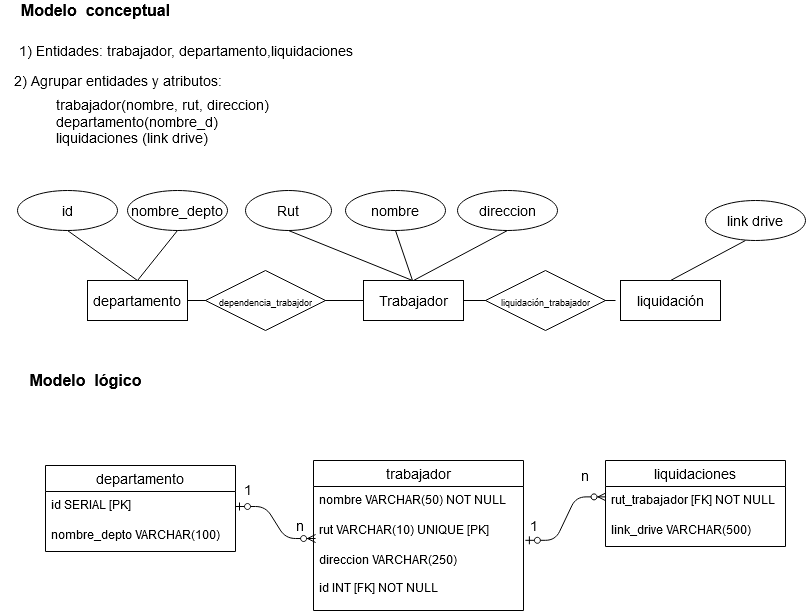
This is Caso1_modelos.png from gilibethvega/modelamiento_de_datos, a draw.io export, as it was before one commit. Source tidied: cells renumbered, new cells last; positions are measured from the earlier drawing's top-left corner, leaving out a move shared by most shapes.
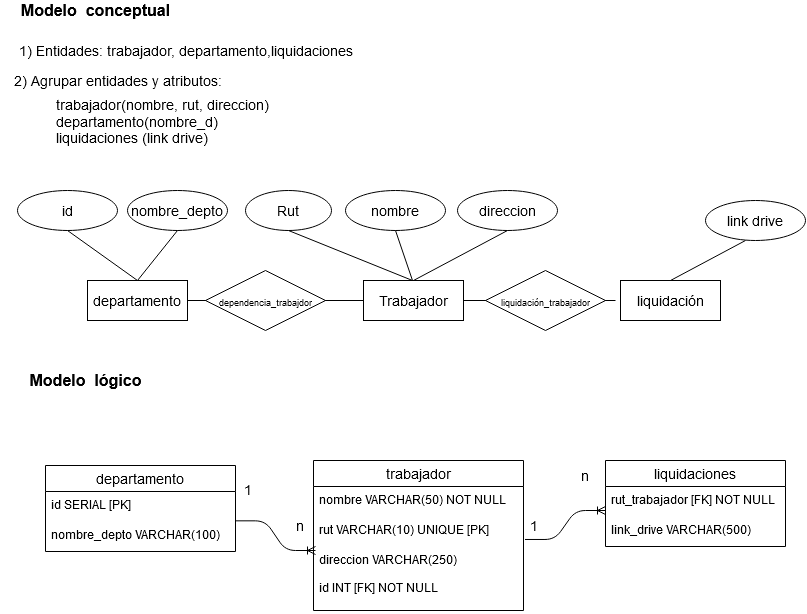
After the commit.

Change to the diagram source:
```diff
@@ -121,10 +121,12 @@
     <mxCell id="38" value="1" style="text;html=1;align=center;verticalAlign=middle;fontSize=14;" parent="1" vertex="1">
       <mxGeometry x="523" y="515" width="20" height="20" as="geometry" />
     </mxCell>
-    <mxCell id="39" style="edgeStyle=entityRelationEdgeStyle;fontSize=12;html=1;endArrow=ERzeroToMany;startArrow=ERzeroToOne;entryX=0.01;entryY=0.734;entryDx=0;entryDy=0;entryPerimeter=0;" parent="1" edge="1" source="28" target="22">
-      <mxGeometry relative="1" as="geometry" />
-    </mxCell>
+    <mxCell id="41" style="edgeStyle=entityRelationEdgeStyle;fontSize=12;html=1;endArrow=ERoneToMany;exitX=0.999;exitY=-0.022;exitDx=0;exitDy=0;exitPerimeter=0;" parent="1" edge="1" source="29">
+      <mxGeometry relative="1" as="geometry">
+        <mxPoint x="315" y="550" as="targetPoint" />
+      </mxGeometry>
+    </mxCell>
-    <mxCell id="40" style="edgeStyle=entityRelationEdgeStyle;fontSize=12;html=1;endArrow=ERzeroToMany;startArrow=ERzeroToOne;entryX=0.003;entryY=0.346;entryDx=0;entryDy=0;entryPerimeter=0;exitX=1.009;exitY=0.794;exitDx=0;exitDy=0;exitPerimeter=0;" parent="1" edge="1" source="22" target="25">
+    <mxCell id="40" style="edgeStyle=entityRelationEdgeStyle;fontSize=12;html=1;endArrow=ERoneToMany;exitX=1.007;exitY=0.766;exitDx=0;exitDy=0;exitPerimeter=0;entryX=0;entryY=0.8;entryDx=0;entryDy=0;entryPerimeter=0;" parent="1" edge="1" source="22" target="25">
       <mxGeometry relative="1" as="geometry" />
     </mxCell>
   </root>
```
